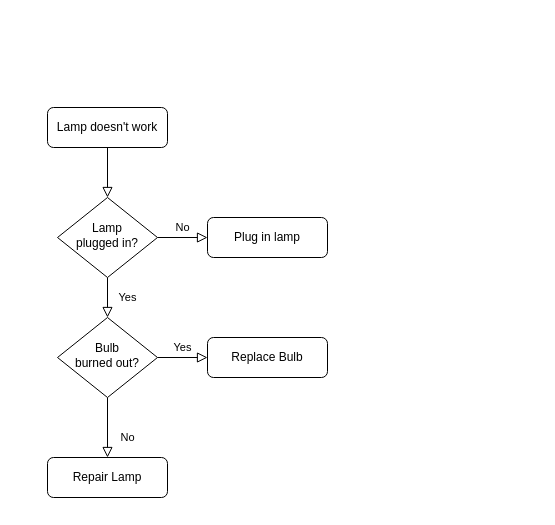
This is Untitled Diagram.drawio from yani82/yani82.github.io, a draw.io file, before an edit. Source tidied: cells renumbered, new cells numbered last; positions are measured from the earlier drawing's top-left corner, leaving out a move shared by most shapes. Both pictures are drawn from the tidied source at 100%, with x=0, y=0 at pixel (47, 107).
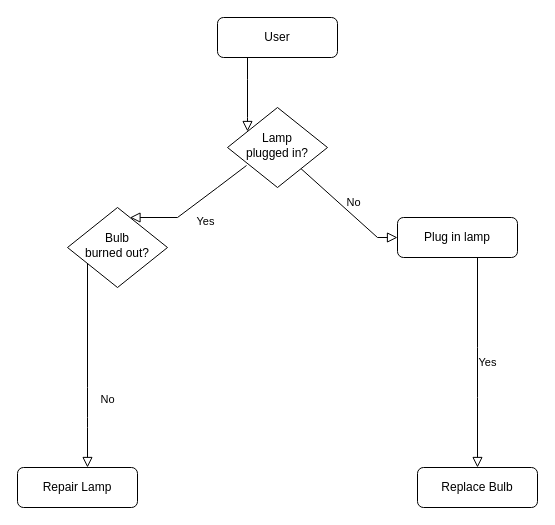
The same diagram, later.

What changed in the source:
```diff
@@
-    <mxCell id="2" style="rounded=0;html=1;jettySize=auto;fontSize=11;endArrow=block;endFill=0;endSize=8;strokeWidth=1;shadow=0;labelBackgroundColor=none;edgeStyle=orthogonalEdgeStyle;" parent="1" edge="1" source="3" target="6">
-      <mxGeometry relative="1" as="geometry" />
+    <mxCell id="2" style="rounded=0;html=1;jettySize=auto;fontSize=11;endArrow=block;endFill=0;endSize=8;strokeWidth=1;shadow=0;labelBackgroundColor=none;edgeStyle=orthogonalEdgeStyle;noEdgeStyle=1;orthogonal=1;" parent="1" edge="1" source="3" target="6">
+      <mxGeometry relative="1" as="geometry">
+        <Array as="points">
+          <mxPoint x="200" y="-28" />
+          <mxPoint x="200" y="10" />
+        </Array>
+      </mxGeometry>
     </mxCell>
-    <mxCell id="3" value="Lamp doesn't work" style="rounded=1;whiteSpace=wrap;html=1;fontSize=12;glass=0;strokeWidth=1;shadow=0;" parent="1" vertex="1">
-      <mxGeometry width="120" height="40" as="geometry" />
+    <mxCell id="3" value="User" style="rounded=1;whiteSpace=wrap;html=1;fontSize=12;glass=0;strokeWidth=1;shadow=0;" parent="1" vertex="1">
+      <mxGeometry x="170" y="-90" width="120" height="40" as="geometry" />
     </mxCell>
-    <mxCell id="4" value="Yes" style="rounded=0;html=1;jettySize=auto;fontSize=11;endArrow=block;endFill=0;endSize=8;strokeWidth=1;shadow=0;labelBackgroundColor=none;edgeStyle=orthogonalEdgeStyle;" parent="1" edge="1" source="6" target="10">
-      <mxGeometry y="20" relative="1" as="geometry" />
+    <mxCell id="4" value="Yes" style="rounded=0;html=1;jettySize=auto;fontSize=11;endArrow=block;endFill=0;endSize=8;strokeWidth=1;shadow=0;labelBackgroundColor=none;edgeStyle=orthogonalEdgeStyle;noEdgeStyle=1;orthogonal=1;exitX=0.19;exitY=0.725;exitDx=0;exitDy=0;exitPerimeter=0;" parent="1" edge="1" source="6" target="10">
+      <mxGeometry y="20" relative="1" as="geometry">
+        <Array as="points">
+          <mxPoint x="170" y="80" />
+          <mxPoint x="130" y="110" />
+        </Array>
+      </mxGeometry>
     </mxCell>
-    <mxCell id="5" value="No" style="edgeStyle=orthogonalEdgeStyle;rounded=0;html=1;jettySize=auto;fontSize=11;endArrow=block;endFill=0;endSize=8;strokeWidth=1;shadow=0;labelBackgroundColor=none;" parent="1" edge="1" source="6" target="7">
-      <mxGeometry y="10" relative="1" as="geometry" />
+    <mxCell id="5" value="No" style="edgeStyle=orthogonalEdgeStyle;rounded=0;html=1;jettySize=auto;fontSize=11;endArrow=block;endFill=0;endSize=8;strokeWidth=1;shadow=0;labelBackgroundColor=none;noEdgeStyle=1;orthogonal=1;" parent="1" edge="1" source="6" target="7">
+      <mxGeometry y="10" relative="1" as="geometry">
+        <Array as="points">
+          <mxPoint x="330" y="130" />
+        </Array>
+      </mxGeometry>
     </mxCell>
     <mxCell id="6" value="Lamp&lt;br&gt;plugged in?" style="rhombus;whiteSpace=wrap;html=1;shadow=0;fontFamily=Helvetica;fontSize=12;align=center;strokeWidth=1;spacing=6;spacingTop=-4;" parent="1" vertex="1">
-      <mxGeometry x="10" y="90" width="100" height="80" as="geometry" />
+      <mxGeometry x="180" width="100" height="80" as="geometry" />
     </mxCell>
     <mxCell id="7" value="Plug in lamp" style="rounded=1;whiteSpace=wrap;html=1;fontSize=12;glass=0;strokeWidth=1;shadow=0;" parent="1" vertex="1">
-      <mxGeometry x="160" y="110" width="120" height="40" as="geometry" />
+      <mxGeometry x="350" y="110" width="120" height="40" as="geometry" />
     </mxCell>
-    <mxCell id="8" value="No" style="rounded=0;html=1;jettySize=auto;fontSize=11;endArrow=block;endFill=0;endSize=8;strokeWidth=1;shadow=0;labelBackgroundColor=none;edgeStyle=orthogonalEdgeStyle;" parent="1" edge="1" source="10" target="11">
-      <mxGeometry x="0.33" y="20" relative="1" as="geometry" />
+    <mxCell id="8" value="No" style="rounded=0;html=1;jettySize=auto;fontSize=11;endArrow=block;endFill=0;endSize=8;strokeWidth=1;shadow=0;labelBackgroundColor=none;edgeStyle=orthogonalEdgeStyle;noEdgeStyle=1;orthogonal=1;" parent="1" edge="1" source="10" target="11">
+      <mxGeometry x="0.33" y="20" relative="1" as="geometry">
+        <Array as="points">
+          <mxPoint x="40" y="280" />
+          <mxPoint x="40" y="310" />
+          <mxPoint x="40" y="320" />
+        </Array>
+      </mxGeometry>
     </mxCell>
-    <mxCell id="9" value="Yes" style="edgeStyle=orthogonalEdgeStyle;rounded=0;html=1;jettySize=auto;fontSize=11;endArrow=block;endFill=0;endSize=8;strokeWidth=1;shadow=0;labelBackgroundColor=none;" parent="1" edge="1" source="10" target="12">
-      <mxGeometry y="10" relative="1" as="geometry" />
+    <mxCell id="9" value="Yes" style="edgeStyle=orthogonalEdgeStyle;rounded=0;html=1;jettySize=auto;fontSize=11;endArrow=block;endFill=0;endSize=8;strokeWidth=1;shadow=0;labelBackgroundColor=none;noEdgeStyle=1;orthogonal=1;" parent="1" edge="1" source="7" target="12">
+      <mxGeometry y="10" relative="1" as="geometry">
+        <Array as="points">
+          <mxPoint x="430" y="240" />
+          <mxPoint x="430" y="290" />
+        </Array>
+      </mxGeometry>
     </mxCell>
     <mxCell id="10" value="Bulb&lt;br&gt;burned out?" style="rhombus;whiteSpace=wrap;html=1;shadow=0;fontFamily=Helvetica;fontSize=12;align=center;strokeWidth=1;spacing=6;spacingTop=-4;" parent="1" vertex="1">
-      <mxGeometry x="10" y="210" width="100" height="80" as="geometry" />
+      <mxGeometry x="20" y="100" width="100" height="80" as="geometry" />
     </mxCell>
     <mxCell id="11" value="Repair Lamp" style="rounded=1;whiteSpace=wrap;html=1;fontSize=12;glass=0;strokeWidth=1;shadow=0;" parent="1" vertex="1">
-      <mxGeometry y="350" width="120" height="40" as="geometry" />
+      <mxGeometry x="-30" y="360" width="120" height="40" as="geometry" />
     </mxCell>
     <mxCell id="12" value="Replace Bulb" style="rounded=1;whiteSpace=wrap;html=1;fontSize=12;glass=0;strokeWidth=1;shadow=0;" parent="1" vertex="1">
-      <mxGeometry x="160" y="230" width="120" height="40" as="geometry" />
+      <mxGeometry x="370" y="360" width="120" height="40" as="geometry" />
     </mxCell>
```
